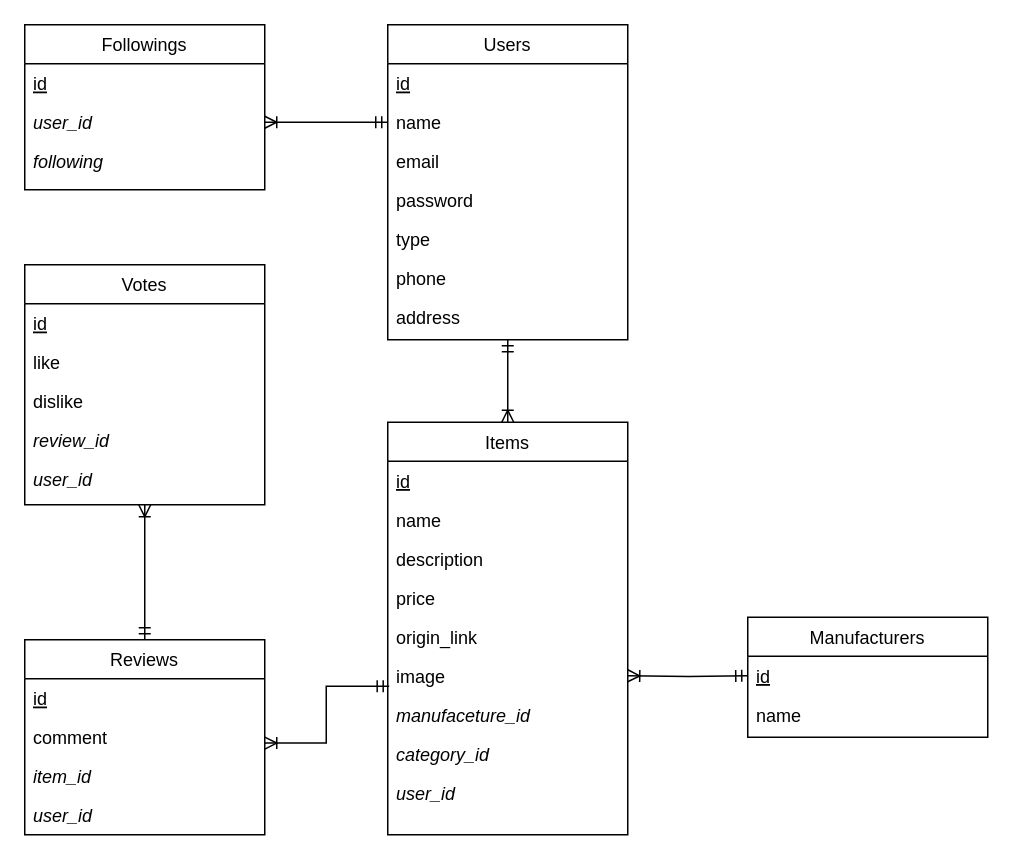
Before: scripts/EDRA2.drawio in sirawat21/laravel-market, a draw.io diagram. Source tidied: cells renumbered, new cells numbered last; positions are measured from the earlier drawing's top-left corner, leaving out a move shared by most shapes. Both pictures are drawn from the tidied source at 150%, with x=0, y=0 at pixel (24, 24).
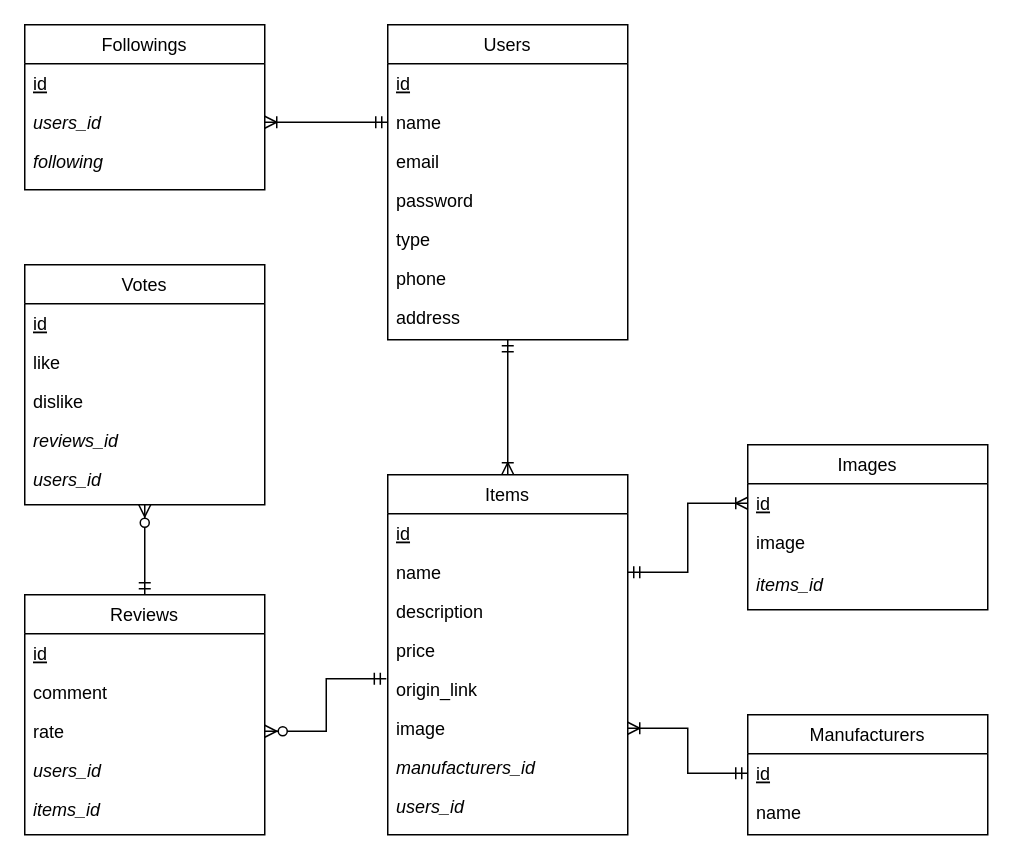
The same page after the edit.

The change refers to these unchanged cells:
```xml
<mxCell id="12" value="name" style="text;align=left;verticalAlign=top;spacingLeft=4;spacingRight=4;overflow=hidden;points=[[0,0.5],[1,0.5]];portConstraint=eastwest;rounded=0;shadow=0;html=0;" parent="10" vertex="1">
  <mxGeometry y="52" width="160" height="26" as="geometry" />
</mxCell>
<mxCell id="15" value="origin_link" style="text;align=left;verticalAlign=top;spacingLeft=4;spacingRight=4;overflow=hidden;points=[[0,0.5],[1,0.5]];portConstraint=eastwest;rounded=0;shadow=0;html=0;" parent="10" vertex="1">
  <mxGeometry y="130" width="160" height="26" as="geometry" />
</mxCell>
<mxCell id="16" value="image" style="text;align=left;verticalAlign=top;spacingLeft=4;spacingRight=4;overflow=hidden;points=[[0,0.5],[1,0.5]];portConstraint=eastwest;rounded=0;shadow=0;html=0;" parent="10" vertex="1">
  <mxGeometry y="156" width="160" height="26" as="geometry" />
</mxCell>
<mxCell id="21" value="id" style="text;align=left;verticalAlign=top;spacingLeft=4;spacingRight=4;overflow=hidden;points=[[0,0.5],[1,0.5]];portConstraint=eastwest;fontStyle=4;" parent="20" vertex="1">
  <mxGeometry y="26" width="160" height="26" as="geometry" />
</mxCell>
<mxCell id="23" value="Votes" style="swimlane;fontStyle=0;align=center;verticalAlign=top;horizontal=1;startSize=26;rounded=0;shadow=0;strokeWidth=1;" parent="1" vertex="1">
  <mxGeometry y="160" width="160" height="160" as="geometry" />
</mxCell>
<mxCell id="31" value="comment" style="text;align=left;verticalAlign=top;spacingLeft=4;spacingRight=4;overflow=hidden;points=[[0,0.5],[1,0.5]];portConstraint=eastwest;rounded=0;shadow=0;html=0;" parent="29" vertex="1">
  <mxGeometry y="52" width="160" height="26" as="geometry" />
</mxCell>
<mxCell id="34" value="Followings" style="swimlane;fontStyle=0;align=center;verticalAlign=top;horizontal=1;startSize=26;rounded=0;shadow=0;strokeWidth=1;" parent="1" vertex="1">
  <mxGeometry width="160" height="110" as="geometry" />
</mxCell>
```

The edit, as a diff of the source:
```diff
@@
     <mxCell id="10" value="Items" style="swimlane;fontStyle=0;align=center;verticalAlign=top;horizontal=1;startSize=26;rounded=0;shadow=0;strokeWidth=1;" parent="1" vertex="1">
-      <mxGeometry x="242" y="265" width="160" height="275" as="geometry" />
+      <mxGeometry x="242" y="300" width="160" height="240" as="geometry" />
     </mxCell>
@@
-    <mxCell id="17" value="manufaceture_id" style="text;align=left;verticalAlign=top;spacingLeft=4;spacingRight=4;overflow=hidden;fontStyle=2;" parent="10" vertex="1">
+    <mxCell id="17" value="manufacturers_id" style="text;align=left;verticalAlign=top;spacingLeft=4;spacingRight=4;overflow=hidden;fontStyle=2;" parent="10" vertex="1">
       <mxGeometry y="182" width="160" height="26" as="geometry" />
     </mxCell>
-    <mxCell id="18" value="category_id" style="text;align=left;verticalAlign=top;spacingLeft=4;spacingRight=4;overflow=hidden;fontStyle=2;" parent="10" vertex="1">
-      <mxGeometry y="208" width="160" height="26" as="geometry" />
-    </mxCell>
-    <mxCell id="19" value="user_id" style="text;align=left;verticalAlign=top;spacingLeft=4;spacingRight=4;overflow=hidden;fontStyle=2;" parent="10" vertex="1">
-      <mxGeometry y="234" width="160" height="32" as="geometry" />
+    <mxCell id="19" value="users_id" style="text;align=left;verticalAlign=top;spacingLeft=4;spacingRight=4;overflow=hidden;fontStyle=2;" parent="10" vertex="1">
+      <mxGeometry y="208" width="160" height="32" as="geometry" />
     </mxCell>
     <mxCell id="20" value="Manufacturers" style="swimlane;fontStyle=0;align=center;verticalAlign=top;horizontal=1;startSize=26;rounded=0;shadow=0;strokeWidth=1;" parent="1" vertex="1">
-      <mxGeometry x="482" y="395" width="160" height="80" as="geometry" />
+      <mxGeometry x="482" y="460" width="160" height="80" as="geometry" />
     </mxCell>
@@
-    <mxCell id="27" value="review_id" style="text;align=left;verticalAlign=top;spacingLeft=4;spacingRight=4;overflow=hidden;rounded=0;shadow=0;html=0;fontStyle=2;" parent="23" vertex="1">
+    <mxCell id="27" value="reviews_id" style="text;align=left;verticalAlign=top;spacingLeft=4;spacingRight=4;overflow=hidden;rounded=0;shadow=0;html=0;fontStyle=2;" parent="23" vertex="1">
       <mxGeometry y="104" width="160" height="26" as="geometry" />
     </mxCell>
-    <mxCell id="28" value="user_id" style="text;align=left;verticalAlign=top;spacingLeft=4;spacingRight=4;overflow=hidden;rounded=0;shadow=0;html=0;fontStyle=2;" parent="23" vertex="1">
+    <mxCell id="28" value="users_id" style="text;align=left;verticalAlign=top;spacingLeft=4;spacingRight=4;overflow=hidden;rounded=0;shadow=0;html=0;fontStyle=2;" parent="23" vertex="1">
       <mxGeometry y="130" width="160" height="26" as="geometry" />
     </mxCell>
     <mxCell id="29" value="Reviews" style="swimlane;fontStyle=0;align=center;verticalAlign=top;horizontal=1;startSize=26;rounded=0;shadow=0;strokeWidth=1;" parent="1" vertex="1">
-      <mxGeometry y="410" width="160" height="130" as="geometry" />
+      <mxGeometry y="380" width="160" height="160" as="geometry" />
     </mxCell>
@@
+    <mxCell id="43" value="rate" style="text;align=left;verticalAlign=top;spacingLeft=4;spacingRight=4;overflow=hidden;points=[[0,0.5],[1,0.5]];portConstraint=eastwest;rounded=0;shadow=0;html=0;" parent="29" vertex="1">
+      <mxGeometry y="78" width="160" height="26" as="geometry" />
+    </mxCell>
+    <mxCell id="33" value="users_id" style="text;align=left;verticalAlign=top;spacingLeft=4;spacingRight=4;overflow=hidden;rounded=0;shadow=0;html=0;fontStyle=2;" parent="29" vertex="1">
+      <mxGeometry y="104" width="160" height="26" as="geometry" />
+    </mxCell>
-    <mxCell id="32" value="item_id" style="text;align=left;verticalAlign=top;spacingLeft=4;spacingRight=4;overflow=hidden;rounded=0;shadow=0;html=0;fontStyle=2;" parent="29" vertex="1">
-      <mxGeometry y="78" width="160" height="26" as="geometry" />
+    <mxCell id="32" value="items_id" style="text;align=left;verticalAlign=top;spacingLeft=4;spacingRight=4;overflow=hidden;rounded=0;shadow=0;html=0;fontStyle=2;" parent="29" vertex="1">
+      <mxGeometry y="130" width="160" height="26" as="geometry" />
     </mxCell>
-    <mxCell id="33" value="user_id" style="text;align=left;verticalAlign=top;spacingLeft=4;spacingRight=4;overflow=hidden;rounded=0;shadow=0;html=0;fontStyle=2;" parent="29" vertex="1">
-      <mxGeometry y="104" width="160" height="26" as="geometry" />
-    </mxCell>
@@
-    <mxCell id="36" value="user_id" style="text;align=left;verticalAlign=top;spacingLeft=4;spacingRight=4;overflow=hidden;points=[[0,0.5],[1,0.5]];portConstraint=eastwest;rounded=0;shadow=0;html=0;fontStyle=2;" parent="34" vertex="1">
+    <mxCell id="36" value="users_id" style="text;align=left;verticalAlign=top;spacingLeft=4;spacingRight=4;overflow=hidden;points=[[0,0.5],[1,0.5]];portConstraint=eastwest;rounded=0;shadow=0;html=0;fontStyle=2;" parent="34" vertex="1">
       <mxGeometry y="52" width="160" height="26" as="geometry" />
     </mxCell>
@@
-    <mxCell id="40" style="edgeStyle=orthogonalEdgeStyle;rounded=0;jettySize=auto;html=1;exitX=0.5;exitY=1;exitDx=0;exitDy=0;startArrow=ERoneToMany;startFill=0;endArrow=ERmandOne;endFill=0;" parent="1" edge="1" source="23" target="29">
+    <mxCell id="40" style="edgeStyle=orthogonalEdgeStyle;rounded=0;jettySize=auto;html=1;exitX=0.5;exitY=1;exitDx=0;exitDy=0;startArrow=ERzeroToMany;startFill=1;endArrow=ERmandOne;endFill=0;" parent="1" edge="1" source="23" target="29">
       <mxGeometry relative="1" as="geometry" />
     </mxCell>
-    <mxCell id="41" style="edgeStyle=orthogonalEdgeStyle;rounded=0;jettySize=auto;html=1;startArrow=ERoneToMany;startFill=0;endArrow=ERmandOne;endFill=0;entryX=0.006;entryY=0.769;entryDx=0;entryDy=0;exitX=1;exitY=0.65;exitDx=0;exitDy=0;exitPerimeter=0;entryPerimeter=0;" parent="1" edge="1" source="31" target="16">
-      <mxGeometry relative="1" as="geometry" />
+    <mxCell id="41" style="edgeStyle=orthogonalEdgeStyle;rounded=0;jettySize=auto;html=1;startArrow=ERzeroToMany;startFill=1;endArrow=ERmandOne;endFill=0;exitX=1;exitY=0.5;exitDx=0;exitDy=0;entryX=-0.006;entryY=0.231;entryDx=0;entryDy=0;entryPerimeter=0;" parent="1" edge="1" source="43" target="15">
+      <mxGeometry relative="1" as="geometry">
+        <Array as="points">
+          <mxPoint x="201" y="471" />
+          <mxPoint x="201" y="436" />
+        </Array>
+      </mxGeometry>
     </mxCell>
-    <mxCell id="42" style="edgeStyle=orthogonalEdgeStyle;rounded=0;jettySize=auto;html=1;startArrow=ERoneToMany;startFill=0;endArrow=ERmandOne;endFill=0;" parent="1" edge="1" target="21">
-      <mxGeometry relative="1" as="geometry">
-        <mxPoint x="402" y="434" as="sourcePoint" />
-      </mxGeometry>
+    <mxCell id="42" style="edgeStyle=orthogonalEdgeStyle;rounded=0;jettySize=auto;html=1;startArrow=ERoneToMany;startFill=0;endArrow=ERmandOne;endFill=0;exitX=1;exitY=0.5;exitDx=0;exitDy=0;" parent="1" edge="1" source="16" target="21">
+      <mxGeometry relative="1" as="geometry" />
     </mxCell>
+    <mxCell id="44" value="Images" style="swimlane;fontStyle=0;align=center;verticalAlign=top;horizontal=1;startSize=26;rounded=0;shadow=0;strokeWidth=1;" parent="1" vertex="1">
+      <mxGeometry x="482" y="280" width="160" height="110" as="geometry" />
+    </mxCell>
+    <mxCell id="45" value="id" style="text;align=left;verticalAlign=top;spacingLeft=4;spacingRight=4;overflow=hidden;points=[[0,0.5],[1,0.5]];portConstraint=eastwest;fontStyle=4;" parent="44" vertex="1">
+      <mxGeometry y="26" width="160" height="26" as="geometry" />
+    </mxCell>
+    <mxCell id="46" value="image" style="text;align=left;verticalAlign=top;spacingLeft=4;spacingRight=4;overflow=hidden;rounded=0;shadow=0;html=0;" parent="44" vertex="1">
+      <mxGeometry y="52" width="160" height="28" as="geometry" />
+    </mxCell>
+    <mxCell id="47" value="items_id" style="text;align=left;verticalAlign=top;spacingLeft=4;spacingRight=4;overflow=hidden;rounded=0;shadow=0;html=0;fontStyle=2;" parent="44" vertex="1">
+      <mxGeometry y="80" width="160" height="26" as="geometry" />
+    </mxCell>
+    <mxCell id="48" style="edgeStyle=orthogonalEdgeStyle;rounded=0;jettySize=auto;html=1;exitX=0;exitY=0.5;exitDx=0;exitDy=0;entryX=1;entryY=0.5;entryDx=0;entryDy=0;startArrow=ERoneToMany;startFill=0;endArrow=ERmandOne;endFill=0;" parent="1" edge="1" source="45" target="12">
+      <mxGeometry relative="1" as="geometry" />
+    </mxCell>
```
